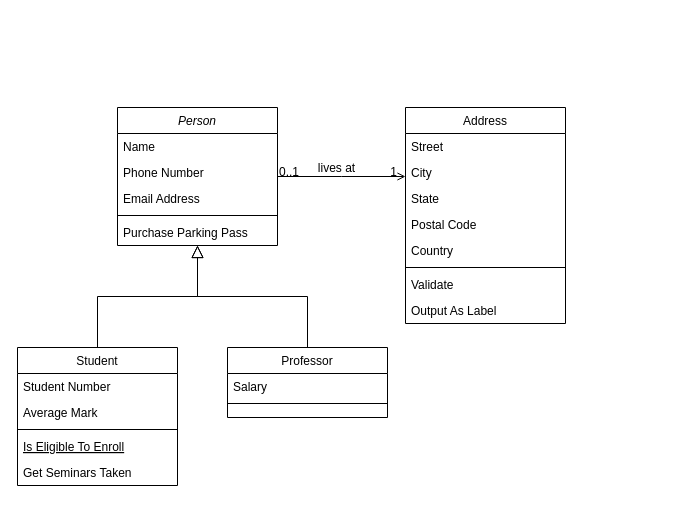
This is lab01/Untitled Diagram.drawio from webodmin/edu, a draw.io file, before an edit. Source tidied: cells renumbered, new cells numbered last; positions are measured from the earlier drawing's top-left corner, leaving out a move shared by most shapes. Both pictures are drawn from the tidied source at 100%, with x=0, y=0 at pixel (17, 107).
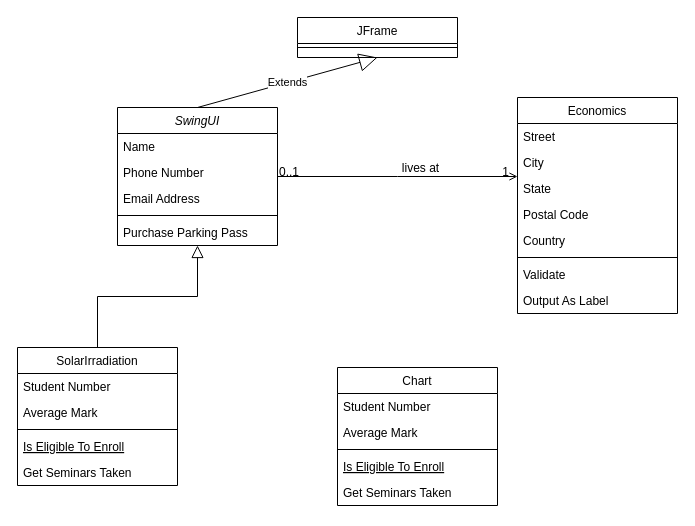
After the change.

Commit message:
class diagram draft.drawio

What changed in the source:
```diff
@@
-    <mxCell id="2" value="Person" style="swimlane;fontStyle=2;align=center;verticalAlign=top;horizontal=1;startSize=26;rounded=0;shadow=0;strokeWidth=1;" parent="1" vertex="1">
+    <mxCell id="2" value="SwingUI" style="swimlane;fontStyle=2;align=center;verticalAlign=top;horizontal=1;startSize=26;rounded=0;shadow=0;strokeWidth=1;" parent="1" vertex="1">
       <mxGeometry x="100" width="160" height="138" as="geometry" />
     </mxCell>
@@
-    <mxCell id="8" value="Student" style="swimlane;fontStyle=0;align=center;verticalAlign=top;horizontal=1;startSize=26;rounded=0;shadow=0;strokeWidth=1;" parent="1" vertex="1">
+    <mxCell id="8" value="SolarIrradiation" style="swimlane;fontStyle=0;align=center;verticalAlign=top;horizontal=1;startSize=26;rounded=0;shadow=0;strokeWidth=1;" parent="1" vertex="1">
       <mxGeometry y="240" width="160" height="138" as="geometry" />
     </mxCell>
@@
-    <mxCell id="15" value="Professor" style="swimlane;fontStyle=0;align=center;verticalAlign=top;horizontal=1;startSize=26;rounded=0;shadow=0;strokeWidth=1;" parent="1" vertex="1">
-      <mxGeometry x="210" y="240" width="160" height="70" as="geometry" />
+    <mxCell id="15" value="JFrame" style="swimlane;fontStyle=0;align=center;verticalAlign=top;horizontal=1;startSize=26;rounded=0;shadow=0;strokeWidth=1;" parent="1" vertex="1">
+      <mxGeometry x="280" y="-90" width="160" height="40" as="geometry" />
     </mxCell>
-    <mxCell id="16" value="Salary" style="text;align=left;verticalAlign=top;spacingLeft=4;spacingRight=4;overflow=hidden;" parent="15" vertex="1">
-      <mxGeometry y="26" width="160" height="26" as="geometry" />
-    </mxCell>
     <mxCell id="17" style="line;html=1;strokeWidth=1;align=left;verticalAlign=middle;spacingTop=-1;spacingLeft=3;spacingRight=3;labelPosition=right;" parent="15" vertex="1">
-      <mxGeometry y="52" width="160" height="8" as="geometry" />
+      <mxGeometry y="26" width="160" height="8" as="geometry" />
     </mxCell>
-    <mxCell id="18" style="endArrow=block;endSize=10;endFill=0;shadow=0;strokeWidth=1;rounded=0;edgeStyle=elbowEdgeStyle;elbow=vertical;" parent="1" edge="1" source="15" target="2">
-      <mxGeometry relative="1" as="geometry" />
-    </mxCell>
-    <mxCell id="19" value="Address" style="swimlane;fontStyle=0;align=center;verticalAlign=top;horizontal=1;startSize=26;rounded=0;shadow=0;strokeWidth=1;" parent="1" vertex="1">
-      <mxGeometry x="388" width="160" height="216" as="geometry" />
+    <mxCell id="19" value="Economics" style="swimlane;fontStyle=0;align=center;verticalAlign=top;horizontal=1;startSize=26;rounded=0;shadow=0;strokeWidth=1;" parent="1" vertex="1">
+      <mxGeometry x="500" y="-10" width="160" height="216" as="geometry" />
     </mxCell>
@@
+    <mxCell id="32" value="Extends" style="endArrow=block;endSize=16;endFill=0;html=1;rounded=0;entryX=0.5;entryY=1;entryDx=0;entryDy=0;exitX=0.5;exitY=0;exitDx=0;exitDy=0;" parent="1" edge="1" source="2" target="15">
+      <mxGeometry relative="1" as="geometry" />
+    </mxCell>
+    <mxCell id="33" value="Chart" style="swimlane;fontStyle=0;align=center;verticalAlign=top;horizontal=1;startSize=26;rounded=0;shadow=0;strokeWidth=1;" parent="1" vertex="1">
+      <mxGeometry x="320" y="260" width="160" height="138" as="geometry" />
+    </mxCell>
+    <mxCell id="34" value="Student Number" style="text;align=left;verticalAlign=top;spacingLeft=4;spacingRight=4;overflow=hidden;" parent="33" vertex="1">
+      <mxGeometry y="26" width="160" height="26" as="geometry" />
+    </mxCell>
+    <mxCell id="35" value="Average Mark" style="text;align=left;verticalAlign=top;spacingLeft=4;spacingRight=4;overflow=hidden;rounded=0;shadow=0;html=0;" parent="33" vertex="1">
+      <mxGeometry y="52" width="160" height="26" as="geometry" />
+    </mxCell>
+    <mxCell id="36" style="line;html=1;strokeWidth=1;align=left;verticalAlign=middle;spacingTop=-1;spacingLeft=3;spacingRight=3;labelPosition=right;" parent="33" vertex="1">
+      <mxGeometry y="78" width="160" height="8" as="geometry" />
+    </mxCell>
+    <mxCell id="37" value="Is Eligible To Enroll" style="text;align=left;verticalAlign=top;spacingLeft=4;spacingRight=4;overflow=hidden;fontStyle=4;" parent="33" vertex="1">
+      <mxGeometry y="86" width="160" height="26" as="geometry" />
+    </mxCell>
+    <mxCell id="38" value="Get Seminars Taken" style="text;align=left;verticalAlign=top;spacingLeft=4;spacingRight=4;overflow=hidden;" parent="33" vertex="1">
+      <mxGeometry y="112" width="160" height="26" as="geometry" />
+    </mxCell>
```
